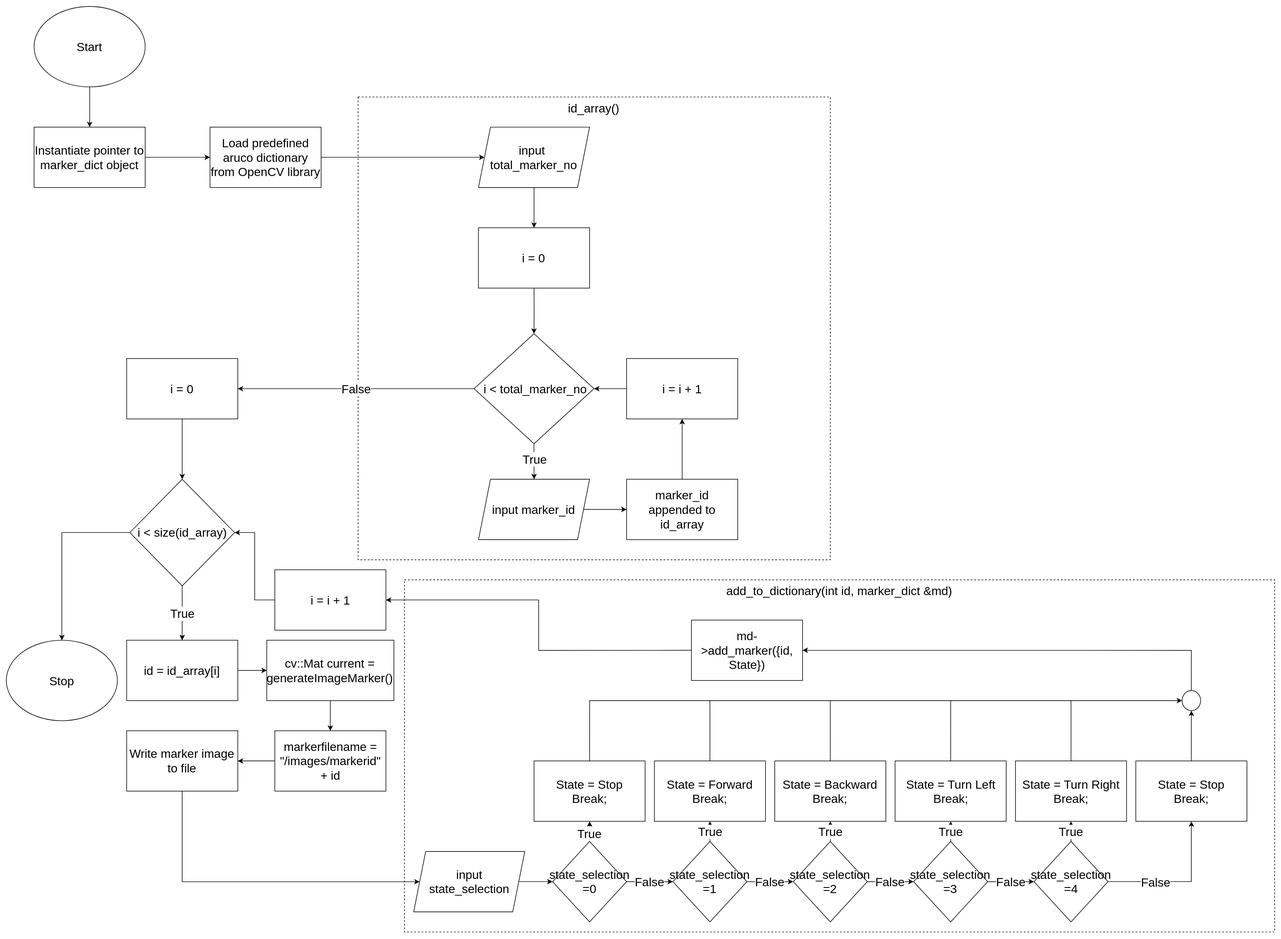
Before: interim/dataflowdetector.drawio.svg, a diagram exported from draw.io (mxwlc/ee2project-2024-robot-power). Source tidied: cells renumbered, new cells last; positions are measured from the earlier drawing's top-left corner, leaving out a move shared by most shapes.
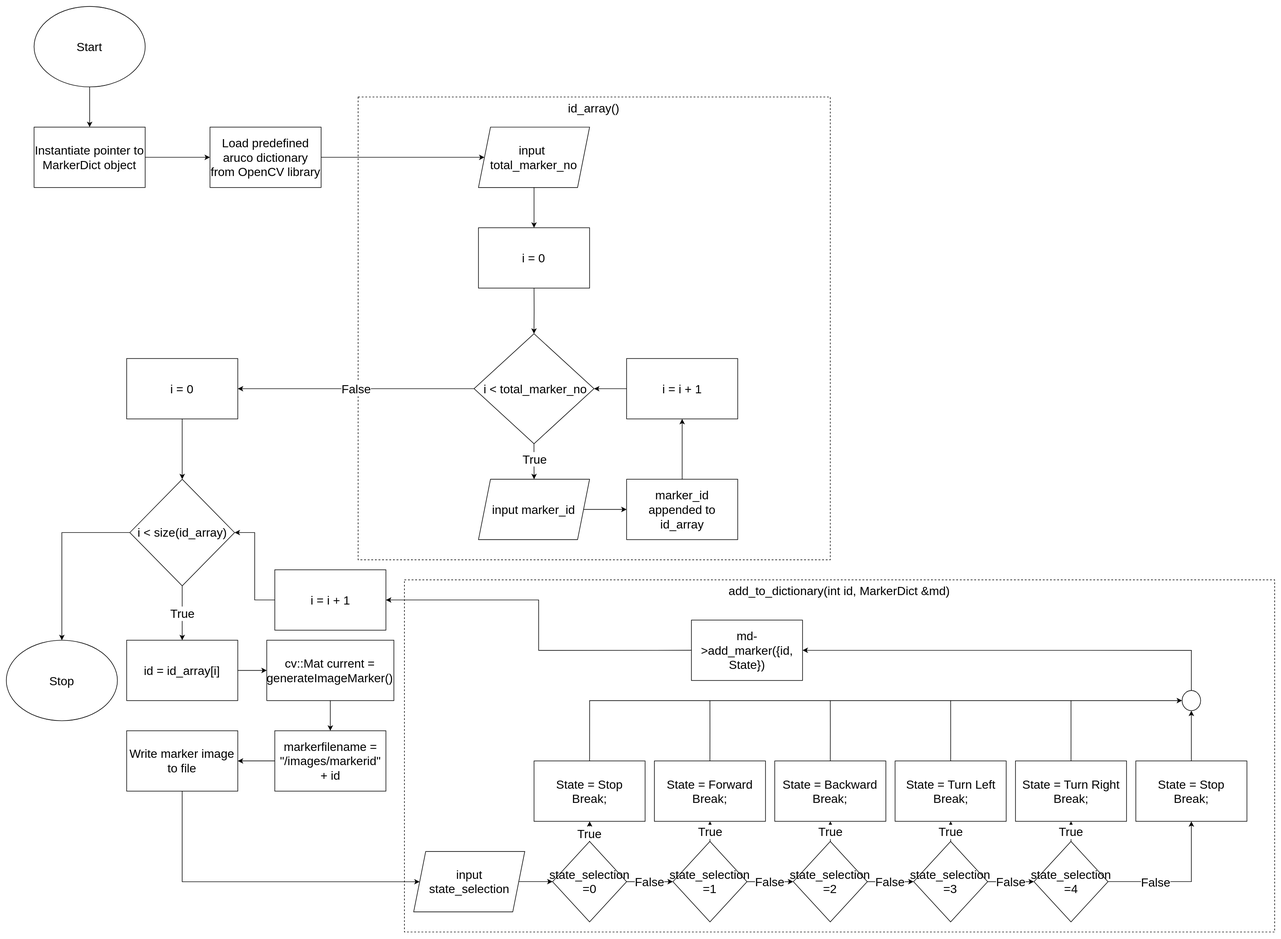
After the change.

Diff of the diagram source:
```diff
@@ -2,7 +2,7 @@
   <root>
     <mxCell id="0" />
     <mxCell id="1" parent="0" />
-    <mxCell id="2" value="&lt;font style=&quot;font-size: 20px;&quot;&gt;add_to_dictionary(int id, marker_dict &amp;amp;md)&lt;/font&gt;" style="rounded=0;whiteSpace=wrap;html=1;fillColor=none;verticalAlign=top;dashed=1;fontSize=20;" parent="1" vertex="1">
+    <mxCell id="2" value="&lt;font style=&quot;font-size: 20px;&quot;&gt;add_to_dictionary(int id, MarkerDict &amp;amp;md)&lt;/font&gt;" style="rounded=0;whiteSpace=wrap;html=1;fillColor=none;verticalAlign=top;dashed=1;fontSize=20;" parent="1" vertex="1">
       <mxGeometry x="662.3" y="954.1" width="1447.7" height="585.9" as="geometry" />
     </mxCell>
     <mxCell id="3" value="&lt;font style=&quot;font-size: 20px;&quot;&gt;id_array()&lt;/font&gt;" style="rounded=0;whiteSpace=wrap;html=1;fillColor=none;dashed=1;verticalAlign=top;fontSize=20;" parent="1" vertex="1">
@@ -17,7 +17,7 @@
     <mxCell id="6" style="edgeStyle=orthogonalEdgeStyle;rounded=0;jettySize=auto;html=1;fontSize=20;" parent="1" edge="1" source="7" target="9">
       <mxGeometry relative="1" as="geometry" />
     </mxCell>
-    <mxCell id="7" value="&lt;div style=&quot;font-size: 20px;&quot;&gt;&lt;font style=&quot;font-size: 20px;&quot;&gt;Instantiate pointer to marker_dict object&lt;br style=&quot;font-size: 20px;&quot;&gt;&lt;/font&gt;&lt;/div&gt;" style="whiteSpace=wrap;html=1;fontSize=20;" parent="1" vertex="1">
+    <mxCell id="7" value="&lt;div style=&quot;font-size: 20px;&quot;&gt;&lt;font style=&quot;font-size: 20px;&quot;&gt;Instantiate pointer to MarkerDict object&lt;br style=&quot;font-size: 20px;&quot;&gt;&lt;/font&gt;&lt;/div&gt;" style="whiteSpace=wrap;html=1;fontSize=20;" parent="1" vertex="1">
       <mxGeometry x="46.2" y="200.9" width="184.8" height="100.4" as="geometry" />
     </mxCell>
     <mxCell id="8" style="edgeStyle=orthogonalEdgeStyle;rounded=0;jettySize=auto;html=1;fontSize=20;" parent="1" edge="1" source="9" target="11">
```
